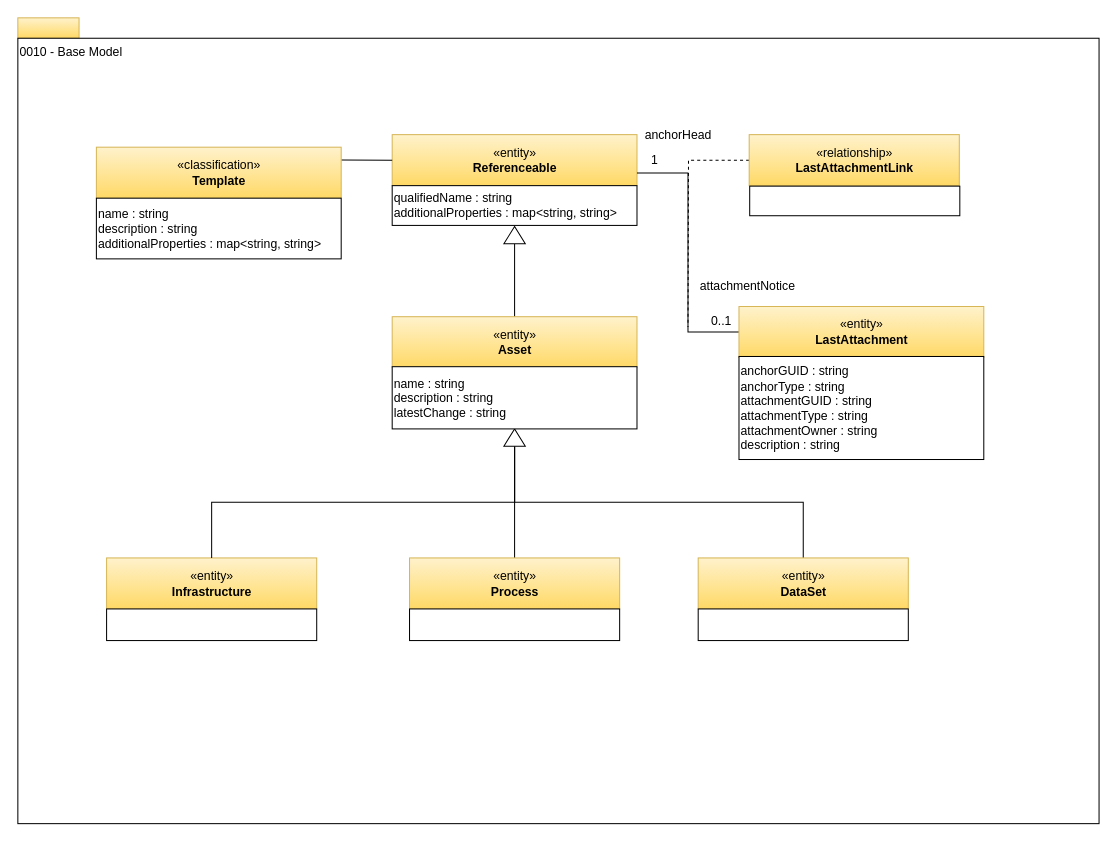
Earlier version of the draw.io diagram page "0010-Base-Model" (2 of 20) of open-metadata-publication/website/open-metadata-types/area-0-basic-types-and-infrastructure.drawio (odpi/egeria). Source tidied: cells renumbered, new cells numbered last; positions are measured from the earlier drawing's top-left corner, leaving out a move shared by most shapes. Both pictures are drawn from the tidied source at 102%, with x=0, y=0 at pixel (17, 17).
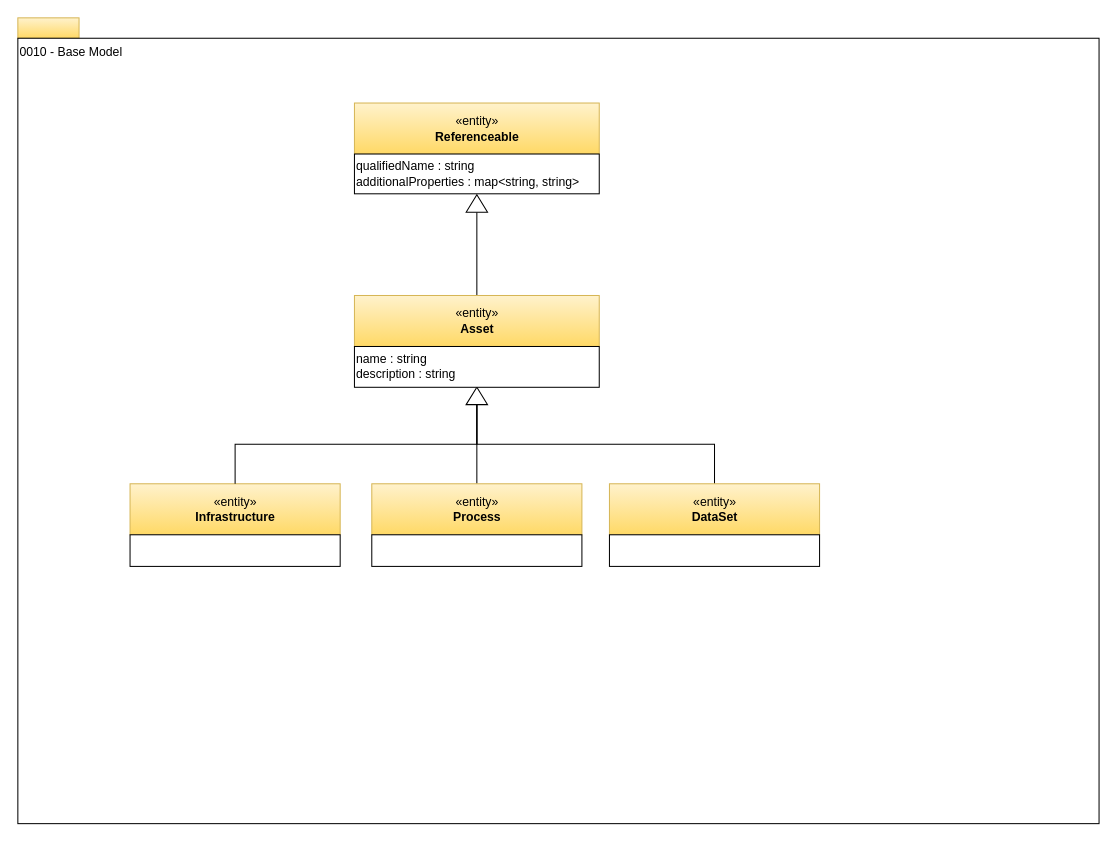
Above is the later version.

The edit, as a diff of the source:
```diff
@@
     <mxCell id="4" value="«entity»&lt;br&gt;&lt;b&gt;Referenceable&lt;/b&gt;" style="html=1;strokeColor=#d6b656;align=center;fillColor=#fff2cc;gradientColor=#ffd966;" parent="1" vertex="1">
-      <mxGeometry x="367" y="114.5" width="240" height="50" as="geometry" />
+      <mxGeometry x="330" y="83.5" width="240" height="50" as="geometry" />
     </mxCell>
     <mxCell id="5" value="«entity»&lt;br&gt;&lt;b&gt;Infrastructure&lt;/b&gt;" style="html=1;strokeColor=#d6b656;align=center;fillColor=#fff2cc;gradientColor=#ffd966;" parent="1" vertex="1">
-      <mxGeometry x="87" y="529.5" width="206" height="50" as="geometry" />
+      <mxGeometry x="110" y="456.8" width="206" height="50" as="geometry" />
     </mxCell>
     <mxCell id="6" style="rounded=0;whiteSpace=wrap;html=1;strokeColor=#000000;gradientColor=#ffffff;align=center;" parent="1" vertex="1">
-      <mxGeometry x="87" y="579.5" width="206" height="31" as="geometry" />
+      <mxGeometry x="110" y="506.8" width="206" height="31" as="geometry" />
     </mxCell>
@@
     <mxCell id="8" style="triangle;whiteSpace=wrap;html=1;strokeColor=#000000;gradientColor=#ffffff;align=center;rotation=-90;" parent="1" vertex="1">
-      <mxGeometry x="478.5" y="202.5" width="17" height="21" as="geometry" />
+      <mxGeometry x="441.5" y="171.5" width="17" height="21" as="geometry" />
     </mxCell>
     <mxCell id="9" value="qualifiedName : string&lt;br&gt;additionalProperties : map&amp;lt;string, string&amp;gt;&lt;br&gt;&lt;div style=&quot;text-align: left&quot;&gt;&lt;/div&gt;" style="rounded=0;whiteSpace=wrap;html=1;strokeColor=#000000;gradientColor=#ffffff;align=left;" parent="1" vertex="1">
-      <mxGeometry x="367" y="164.5" width="240" height="39" as="geometry" />
+      <mxGeometry x="330" y="133.5" width="240" height="39" as="geometry" />
     </mxCell>
-    <mxCell id="10" style="edgeStyle=orthogonalEdgeStyle;rounded=0;jettySize=auto;html=1;exitX=1;exitY=0.75;exitDx=0;exitDy=0;entryX=0;entryY=0.5;entryDx=0;entryDy=0;endArrow=none;endFill=0;" parent="1" edge="1" source="4" target="21">
-      <mxGeometry relative="1" as="geometry" />
-    </mxCell>
     <mxCell id="11" value="«entity»&lt;br&gt;&lt;b&gt;Asset&lt;/b&gt;" style="html=1;strokeColor=#d6b656;align=center;fillColor=#fff2cc;gradientColor=#ffd966;" parent="1" vertex="1">
-      <mxGeometry x="367" y="293" width="240" height="50" as="geometry" />
+      <mxGeometry x="330" y="272.2" width="240" height="50" as="geometry" />
     </mxCell>
@@
     <mxCell id="15" style="triangle;whiteSpace=wrap;html=1;strokeColor=#000000;gradientColor=#ffffff;align=center;rotation=-90;" parent="1" vertex="1">
-      <mxGeometry x="478.5" y="401" width="17" height="21" as="geometry" />
+      <mxGeometry x="441.5" y="360.2" width="17" height="21" as="geometry" />
     </mxCell>
-    <mxCell id="16" value="name : string&lt;br&gt;description : string&lt;br&gt;latestChange : string&lt;br&gt;&lt;div style=&quot;text-align: left&quot;&gt;&lt;/div&gt;" style="rounded=0;whiteSpace=wrap;html=1;strokeColor=#000000;gradientColor=#ffffff;align=left;" parent="1" vertex="1">
-      <mxGeometry x="367" y="342" width="240" height="61" as="geometry" />
+    <mxCell id="16" value="name : string&lt;br&gt;description : string&lt;br&gt;&lt;div style=&quot;text-align: left&quot;&gt;&lt;/div&gt;" style="rounded=0;whiteSpace=wrap;html=1;strokeColor=#000000;gradientColor=#ffffff;align=left;" parent="1" vertex="1">
+      <mxGeometry x="330" y="322.2" width="240" height="40" as="geometry" />
     </mxCell>
     <mxCell id="17" value="«entity»&lt;br&gt;&lt;b&gt;Process&lt;/b&gt;" style="html=1;strokeColor=#d6b656;align=center;fillColor=#fff2cc;gradientColor=#ffd966;" parent="1" vertex="1">
-      <mxGeometry x="384" y="529.5" width="206" height="50" as="geometry" />
+      <mxGeometry x="347" y="456.8" width="206" height="50" as="geometry" />
     </mxCell>
     <mxCell id="18" style="rounded=0;whiteSpace=wrap;html=1;strokeColor=#000000;gradientColor=#ffffff;align=center;" parent="1" vertex="1">
-      <mxGeometry x="384" y="579.5" width="206" height="31" as="geometry" />
+      <mxGeometry x="347" y="506.8" width="206" height="31" as="geometry" />
     </mxCell>
     <mxCell id="19" value="«entity»&lt;br&gt;&lt;b&gt;DataSet&lt;/b&gt;" style="html=1;strokeColor=#d6b656;align=center;fillColor=#fff2cc;gradientColor=#ffd966;" parent="1" vertex="1">
-      <mxGeometry x="667" y="529.5" width="206" height="50" as="geometry" />
+      <mxGeometry x="580" y="456.8" width="206" height="50" as="geometry" />
     </mxCell>
     <mxCell id="20" style="rounded=0;whiteSpace=wrap;html=1;strokeColor=#000000;gradientColor=#ffffff;align=center;" parent="1" vertex="1">
-      <mxGeometry x="667" y="579.5" width="206" height="31" as="geometry" />
+      <mxGeometry x="580" y="506.8" width="206" height="31" as="geometry" />
     </mxCell>
-    <mxCell id="21" value="«entity»&lt;br&gt;&lt;b&gt;LastAttachment&lt;/b&gt;" style="html=1;strokeColor=#d6b656;align=center;fillColor=#fff2cc;gradientColor=#ffd966;" parent="1" vertex="1">
-      <mxGeometry x="707" y="283" width="240" height="50" as="geometry" />
-    </mxCell>
-    <mxCell id="22" value="anchorGUID : string&lt;br&gt;anchorType : string&lt;br&gt;attachmentGUID : string&lt;br&gt;attachmentType : string&lt;br&gt;attachmentOwner : string&lt;br&gt;description : string&lt;br&gt;&lt;div style=&quot;text-align: left&quot;&gt;&lt;/div&gt;" style="rounded=0;whiteSpace=wrap;html=1;strokeColor=#000000;gradientColor=#ffffff;align=left;" parent="1" vertex="1">
-      <mxGeometry x="707" y="332" width="240" height="101" as="geometry" />
-    </mxCell>
-    <mxCell id="23" style="edgeStyle=orthogonalEdgeStyle;rounded=0;html=1;exitX=0;exitY=0.5;endArrow=none;endFill=0;jettySize=auto;dashed=1;" parent="1" edge="1" source="24">
-      <mxGeometry relative="1" as="geometry">
-        <mxPoint x="657" y="303" as="targetPoint" />
-      </mxGeometry>
-    </mxCell>
-    <mxCell id="24" value="«relationship»&lt;br&gt;&lt;b&gt;LastAttachmentLink&lt;/b&gt;" style="html=1;strokeColor=#d6b656;align=center;fillColor=#fff2cc;gradientColor=#ffd966;" parent="1" vertex="1">
-      <mxGeometry x="717" y="114.5" width="206" height="50" as="geometry" />
-    </mxCell>
-    <mxCell id="25" style="rounded=0;whiteSpace=wrap;html=1;strokeColor=#000000;gradientColor=#ffffff;align=left;" parent="1" vertex="1">
-      <mxGeometry x="717.5" y="165" width="206" height="29" as="geometry" />
-    </mxCell>
-    <mxCell id="26" value="0..1" style="text;html=1;align=left;verticalAlign=top;spacingTop=-4;" parent="1" vertex="1">
-      <mxGeometry x="677.5" y="288" width="40" height="20" as="geometry" />
-    </mxCell>
-    <mxCell id="27" value="1" style="text;html=1;align=center;verticalAlign=top;spacingTop=-4;" parent="1" vertex="1">
-      <mxGeometry x="614" y="129.5" width="20" height="20" as="geometry" />
-    </mxCell>
-    <mxCell id="28" value="anchorHead" style="text;html=1;align=left;verticalAlign=top;spacingTop=-4;" parent="1" vertex="1">
-      <mxGeometry x="612.5" y="104.5" width="80" height="20" as="geometry" />
-    </mxCell>
-    <mxCell id="29" value="attachmentNotice" style="text;html=1;align=left;verticalAlign=top;spacingTop=-4;" parent="1" vertex="1">
-      <mxGeometry x="667" y="253" width="110" height="20" as="geometry" />
-    </mxCell>
-    <mxCell id="30" style="edgeStyle=none;rounded=0;jettySize=auto;html=1;exitX=1;exitY=0.25;exitDx=0;exitDy=0;entryX=0;entryY=0.5;entryDx=0;entryDy=0;endArrow=none;endFill=0;" parent="1" edge="1" source="31" target="4">
-      <mxGeometry relative="1" as="geometry" />
-    </mxCell>
-    <mxCell id="31" value="«classification»&lt;br&gt;&lt;b&gt;Template&lt;/b&gt;" style="html=1;strokeColor=#d6b656;align=center;fillColor=#fff2cc;gradientColor=#ffd966;" parent="1" vertex="1">
-      <mxGeometry x="77" y="126.8" width="240" height="50" as="geometry" />
-    </mxCell>
-    <mxCell id="32" value="name : string&lt;br&gt;description : string&lt;br&gt;additionalProperties : map&amp;lt;string, string&amp;gt;&lt;br&gt;&lt;div style=&quot;text-align: left&quot;&gt;&lt;/div&gt;" style="rounded=0;whiteSpace=wrap;html=1;strokeColor=#000000;gradientColor=#ffffff;align=left;" parent="1" vertex="1">
-      <mxGeometry x="77" y="176.8" width="240" height="59.5" as="geometry" />
-    </mxCell>
```
